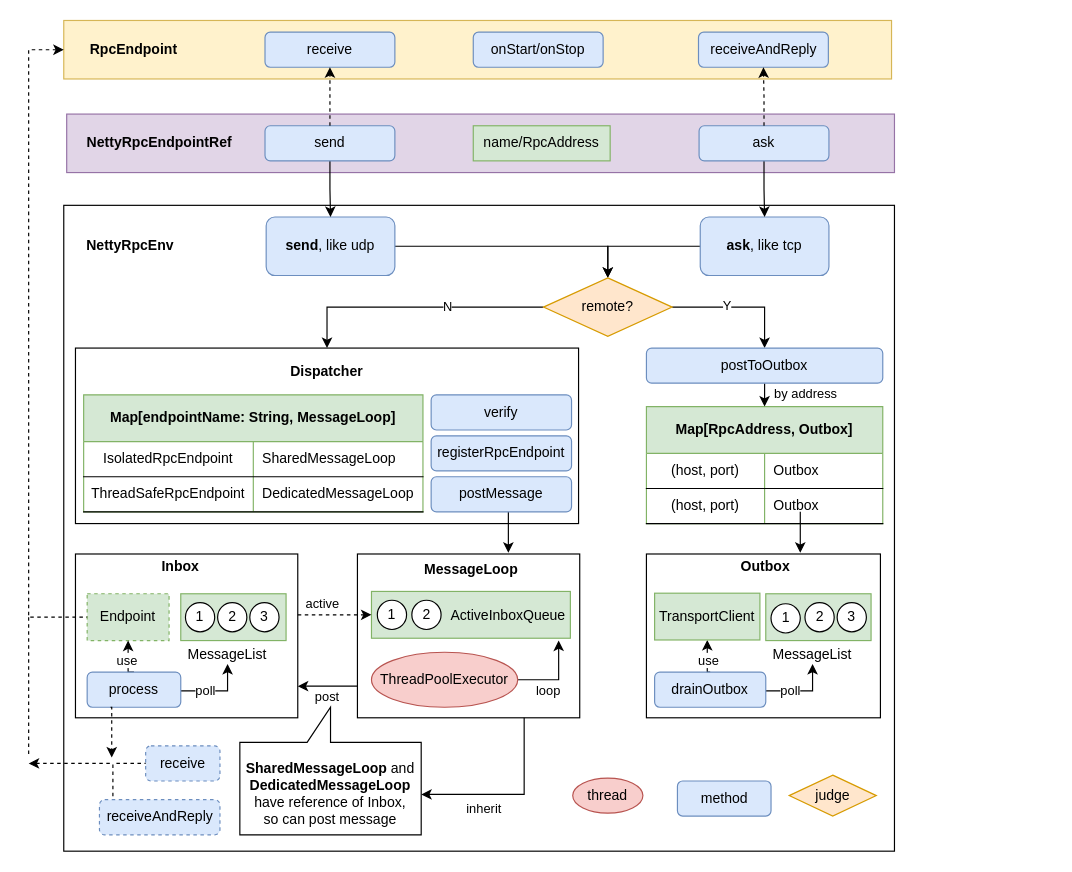
Above: page "第 2 页" (2 of 2) of doc/rpc-running-logic.drawio in changzhiwin/spark-core-analysis (draw.io), before the change. Source tidied: cells renumbered, new cells numbered last; positions are measured from the earlier drawing's top-left corner, leaving out a move shared by most shapes. Both pictures are drawn from the tidied source at 117%, with x=0, y=0 at pixel (28, 20).
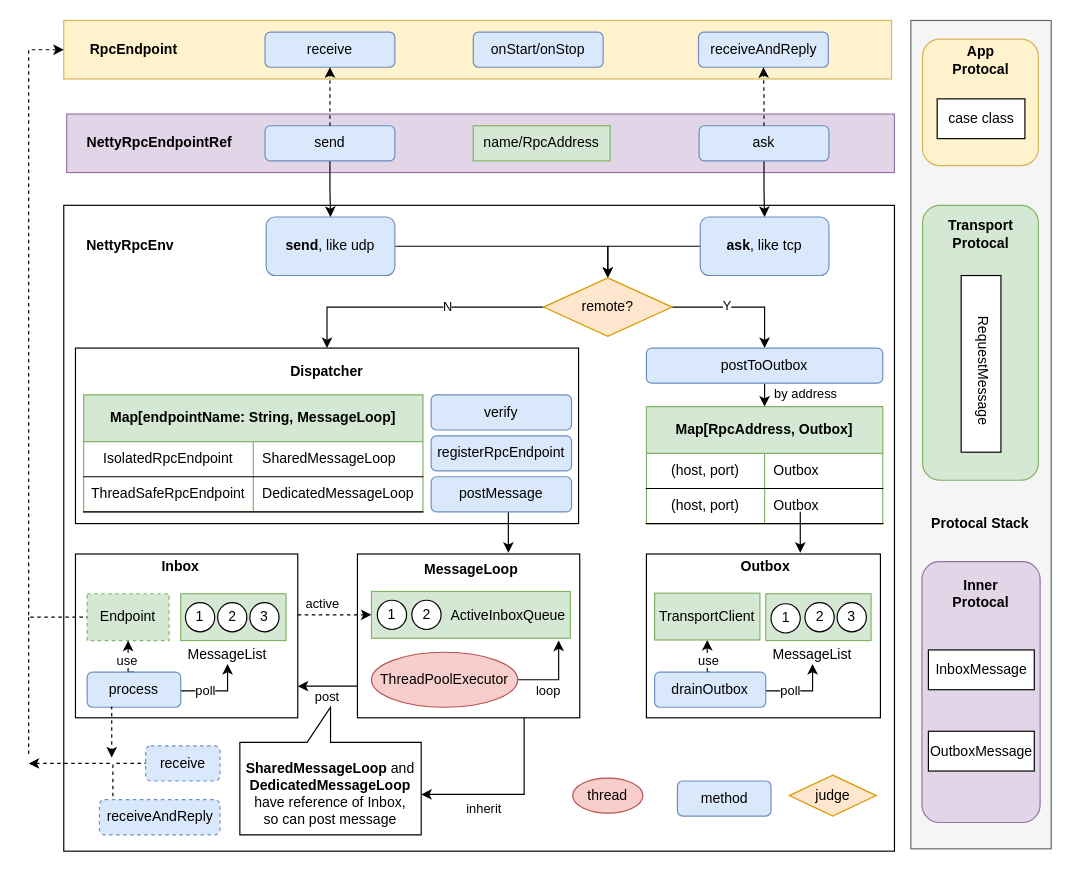
After the change.

The edit, as a diff of the source:
```diff
@@
+    <mxCell id="105" style="rounded=0;whiteSpace=wrap;html=1;align=center;fillColor=#f5f5f5;strokeColor=#666666;fontColor=#333333;" parent="1" vertex="1">
+      <mxGeometry x="754" width="120" height="708" as="geometry" />
+    </mxCell>
+    <mxCell id="106" style="rounded=1;whiteSpace=wrap;html=1;align=center;fillColor=#fff2cc;strokeColor=#d6b656;" parent="1" vertex="1">
+      <mxGeometry x="764" y="16" width="99" height="108" as="geometry" />
+    </mxCell>
+    <mxCell id="107" value="App &lt;br&gt;Protocal" style="text;html=1;strokeColor=none;fillColor=none;align=center;verticalAlign=middle;whiteSpace=wrap;rounded=0;fontStyle=1;" parent="1" vertex="1">
+      <mxGeometry x="765" y="24" width="98" height="20" as="geometry" />
+    </mxCell>
+    <mxCell id="108" style="rounded=1;whiteSpace=wrap;html=1;align=center;fillColor=#d5e8d4;strokeColor=#82b366;" parent="1" vertex="1">
+      <mxGeometry x="764" y="158" width="99" height="235" as="geometry" />
+    </mxCell>
+    <mxCell id="109" value="Transport&lt;br&gt;Protocal" style="text;html=1;strokeColor=none;fillColor=none;align=center;verticalAlign=middle;whiteSpace=wrap;rounded=0;fontStyle=1;" parent="1" vertex="1">
+      <mxGeometry x="765" y="173" width="98" height="20" as="geometry" />
+    </mxCell>
+    <mxCell id="110" style="rounded=1;whiteSpace=wrap;html=1;align=center;fillColor=#e1d5e7;strokeColor=#9673a6;" parent="1" vertex="1">
+      <mxGeometry x="763.5" y="462.5" width="101" height="223" as="geometry" />
+    </mxCell>
+    <mxCell id="111" value="Inner&lt;br&gt;Protocal" style="text;html=1;strokeColor=none;fillColor=none;align=center;verticalAlign=middle;whiteSpace=wrap;rounded=0;fontStyle=1;" parent="1" vertex="1">
+      <mxGeometry x="765" y="479.5" width="98" height="20" as="geometry" />
+    </mxCell>
+    <mxCell id="112" value="case class" style="rounded=0;whiteSpace=wrap;html=1;align=center;" parent="1" vertex="1">
+      <mxGeometry x="776.5" y="67" width="75" height="34" as="geometry" />
+    </mxCell>
+    <mxCell id="113" style="rounded=0;whiteSpace=wrap;html=1;align=center;direction=south;" parent="1" vertex="1">
+      <mxGeometry x="797" y="218" width="34" height="151" as="geometry" />
+    </mxCell>
+    <mxCell id="114" value="&lt;span&gt;RequestMessage&lt;/span&gt;" style="text;html=1;align=center;verticalAlign=middle;rotation=90;" parent="1" vertex="1">
+      <mxGeometry x="764.5" y="290" width="103" height="18" as="geometry" />
+    </mxCell>
+    <mxCell id="115" value="InboxMessage" style="rounded=0;whiteSpace=wrap;html=1;align=center;" parent="1" vertex="1">
+      <mxGeometry x="769" y="538" width="90.5" height="34" as="geometry" />
+    </mxCell>
+    <mxCell id="116" value="OutboxMessage" style="rounded=0;whiteSpace=wrap;html=1;align=center;" parent="1" vertex="1">
+      <mxGeometry x="769" y="607.5" width="90.5" height="34" as="geometry" />
+    </mxCell>
+    <mxCell id="117" value="Protocal Stack" style="text;html=1;strokeColor=none;fillColor=none;align=center;verticalAlign=middle;whiteSpace=wrap;rounded=0;fontStyle=1;" parent="1" vertex="1">
+      <mxGeometry x="766" y="420" width="95" height="20" as="geometry" />
+    </mxCell>
```
